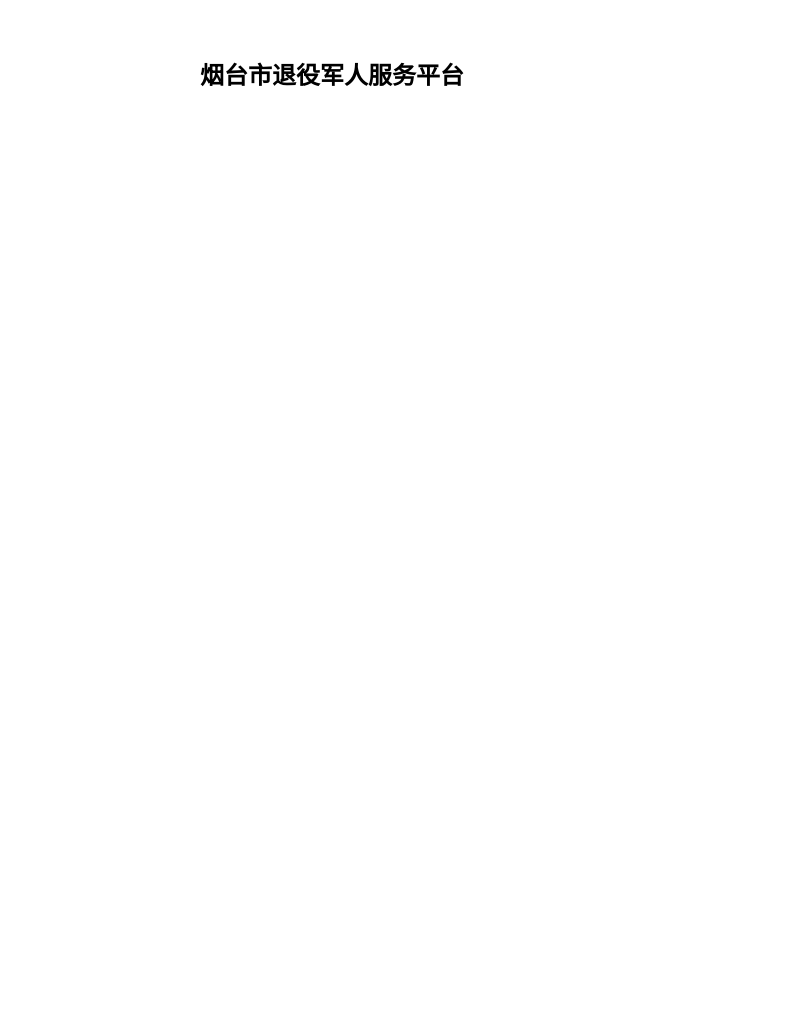
Before: 系统网络拓扑图.drawio in z-cloud-z/draw, a draw.io diagram. Source tidied: cells renumbered, new cells numbered last; positions are measured from the earlier drawing's top-left corner, leaving out a move shared by most shapes. Both pictures are drawn from the tidied source at 100%, with x=0, y=0 at pixel (162, 36).
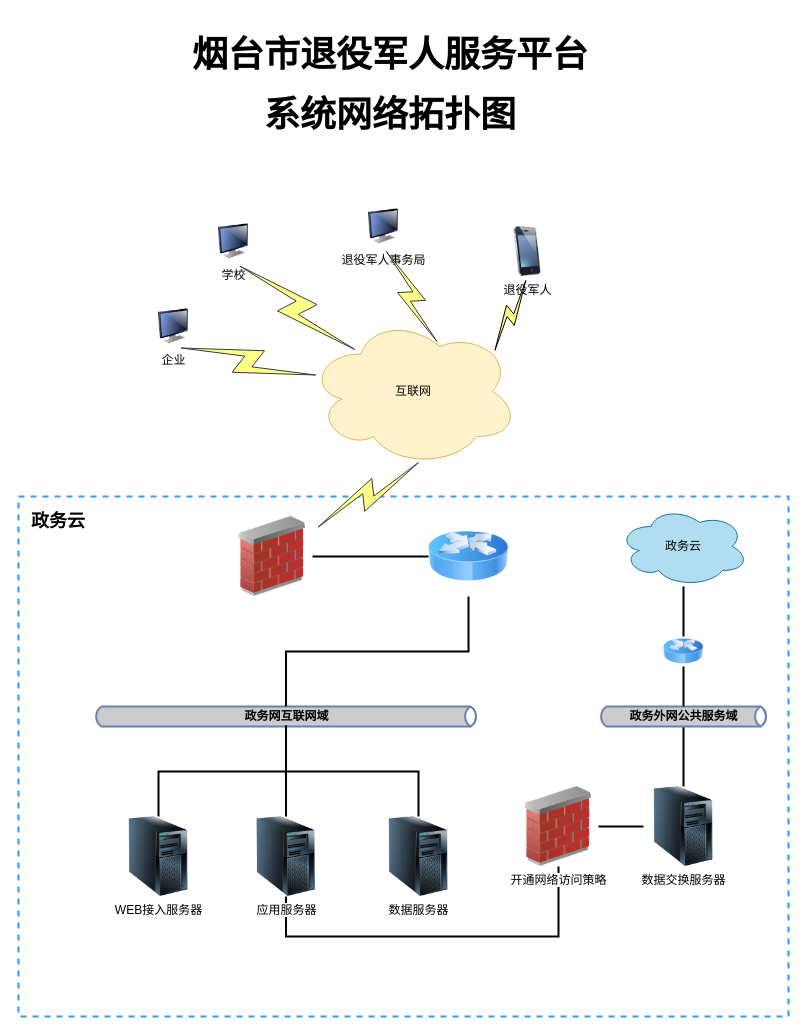
The same page after the edit.

Commit message (it also covers changes not shown here):
更新系统网络拓扑图.drawio

Change to the diagram source:
```diff
@@
+    <mxCell id="3" style="rounded=0;whiteSpace=wrap;html=1;dashed=1;fillColor=none;align=left;strokeWidth=2;strokeColor=#3399FF;" parent="1" vertex="1">
+      <mxGeometry x="-144" y="460" width="770" height="520" as="geometry" />
+    </mxCell>
-    <mxCell id="2" value="&lt;h1&gt;&lt;b&gt;烟台市退役军人服务平台&lt;/b&gt;&lt;/h1&gt;" style="text;html=1;strokeColor=none;fillColor=none;align=center;verticalAlign=middle;whiteSpace=wrap;rounded=0;" parent="1" vertex="1">
-      <mxGeometry width="340" height="80" as="geometry" />
+    <mxCell id="2" value="&lt;h1&gt;&lt;b&gt;&lt;font style=&quot;font-size: 36px;&quot;&gt;烟台市退役军人服务平台&lt;/font&gt;&lt;/b&gt;&lt;/h1&gt;&lt;div&gt;&lt;b&gt;&lt;font style=&quot;font-size: 36px;&quot;&gt;系统网络拓扑图&lt;/font&gt;&lt;/b&gt;&lt;/div&gt;" style="text;html=1;strokeColor=none;fillColor=none;align=center;verticalAlign=middle;whiteSpace=wrap;rounded=0;" parent="1" vertex="1">
+      <mxGeometry width="456" height="80" as="geometry" />
     </mxCell>
+    <mxCell id="4" style="edgeStyle=orthogonalEdgeStyle;rounded=0;jettySize=auto;html=1;strokeColor=#000000;strokeWidth=2;fontColor=#000000;endArrow=none;endFill=0;" parent="1" edge="1" source="5" target="21">
+      <mxGeometry relative="1" as="geometry" />
+    </mxCell>
+    <mxCell id="5" style="image;html=1;image=img/lib/clip_art/networking/Firewall_02_128x128.png;" parent="1" vertex="1">
+      <mxGeometry x="70" y="480" width="80" height="80" as="geometry" />
+    </mxCell>
+    <mxCell id="6" value="退役军人事务局" style="image;html=1;image=img/lib/clip_art/computers/Monitor_128x128.png;" parent="1" vertex="1">
+      <mxGeometry x="206" y="170" width="30" height="40" as="geometry" />
+    </mxCell>
+    <mxCell id="7" value="学校" style="image;html=1;image=img/lib/clip_art/computers/Monitor_128x128.png;" parent="1" vertex="1">
+      <mxGeometry x="56" y="185" width="30" height="40" as="geometry" />
+    </mxCell>
+    <mxCell id="8" value="企业" style="image;html=1;image=img/lib/clip_art/computers/Monitor_128x128.png;" parent="1" vertex="1">
+      <mxGeometry x="-4" y="270" width="30" height="40" as="geometry" />
+    </mxCell>
+    <mxCell id="9" value="退役军人" style="image;html=1;image=img/lib/clip_art/telecommunication/iPhone_128x128.png;" parent="1" vertex="1">
+      <mxGeometry x="340" y="190" width="50" height="50" as="geometry" />
+    </mxCell>
+    <mxCell id="10" value="互联网" style="ellipse;shape=cloud;whiteSpace=wrap;html=1;fillColor=#fff2cc;strokeColor=#d6b656;" parent="1" vertex="1">
+      <mxGeometry x="146" y="280" width="210" height="150" as="geometry" />
+    </mxCell>
+    <mxCell id="11" style="html=1;outlineConnect=0;fillColor=#ffff88;strokeColor=#36393d;gradientDirection=north;strokeWidth=1;shape=mxgraph.networks.comm_link_edge;html=1;rounded=0;entryX=0.5;entryY=1;entryDx=0;entryDy=0;exitX=0.625;exitY=0.2;exitDx=0;exitDy=0;exitPerimeter=0;" parent="1" edge="1" source="10" target="6">
+      <mxGeometry relative="1" as="geometry" />
+    </mxCell>
+    <mxCell id="12" style="html=1;outlineConnect=0;fillColor=#ffff88;strokeColor=default;gradientDirection=north;strokeWidth=1;shape=mxgraph.networks.comm_link_edge;html=1;rounded=0;entryX=0.5;entryY=1;entryDx=0;entryDy=0;exitX=0.88;exitY=0.25;exitDx=0;exitDy=0;exitPerimeter=0;" parent="1" edge="1" source="10" target="9">
+      <mxGeometry relative="1" as="geometry" />
+    </mxCell>
+    <mxCell id="13" style="html=1;outlineConnect=0;fillColor=#ffff88;strokeColor=#36393d;gradientDirection=north;strokeWidth=1;shape=mxgraph.networks.comm_link_edge;html=1;rounded=0;entryX=0.5;entryY=1;entryDx=0;entryDy=0;exitX=0.07;exitY=0.4;exitDx=0;exitDy=0;exitPerimeter=0;" parent="1" edge="1" source="10" target="8">
+      <mxGeometry relative="1" as="geometry" />
+    </mxCell>
+    <mxCell id="14" style="html=1;outlineConnect=0;fillColor=#ffff88;strokeColor=#36393d;gradientDirection=north;strokeWidth=1;shape=mxgraph.networks.comm_link_edge;html=1;rounded=0;entryX=0.5;entryY=1;entryDx=0;entryDy=0;exitX=0.25;exitY=0.25;exitDx=0;exitDy=0;exitPerimeter=0;" parent="1" edge="1" source="10" target="7">
+      <mxGeometry relative="1" as="geometry" />
+    </mxCell>
+    <mxCell id="15" style="html=1;outlineConnect=0;fillColor=#ffff88;strokeColor=#36393d;gradientDirection=north;strokeWidth=1;shape=mxgraph.networks.comm_link_edge;html=1;rounded=0;entryX=0.55;entryY=0.95;entryDx=0;entryDy=0;entryPerimeter=0;" parent="1" edge="1" source="5" target="10">
+      <mxGeometry relative="1" as="geometry" />
+    </mxCell>
+    <mxCell id="16" style="edgeStyle=orthogonalEdgeStyle;rounded=0;jettySize=auto;html=1;strokeColor=#000000;strokeWidth=2;fontColor=#000000;endArrow=none;endFill=0;" parent="1" edge="1" source="17" target="25">
+      <mxGeometry relative="1" as="geometry" />
+    </mxCell>
+    <mxCell id="17" value="&lt;b&gt;政务网互联网域&lt;/b&gt;" style="html=1;outlineConnect=0;fillColor=#CCCCCC;strokeColor=#6881B3;gradientColor=none;gradientDirection=north;strokeWidth=2;shape=mxgraph.networks.bus;gradientColor=none;gradientDirection=north;fontColor=#000000;perimeter=backbonePerimeter;backboneSize=20;" parent="1" vertex="1">
+      <mxGeometry x="-69" y="670" width="385" height="20" as="geometry" />
+    </mxCell>
+    <mxCell id="18" style="edgeStyle=orthogonalEdgeStyle;rounded=0;jettySize=auto;html=1;exitX=0.5;exitY=0;exitDx=0;exitDy=0;strokeColor=#000000;strokeWidth=2;fontColor=#000000;endArrow=none;endFill=0;" parent="1" edge="1" source="19" target="17">
+      <mxGeometry relative="1" as="geometry" />
+    </mxCell>
+    <mxCell id="19" value="WEB接入服务器" style="image;html=1;image=img/lib/clip_art/computers/Server_Tower_128x128.png;fontColor=#000000;" parent="1" vertex="1">
+      <mxGeometry x="-44" y="780" width="80" height="80" as="geometry" />
+    </mxCell>
+    <mxCell id="20" style="edgeStyle=orthogonalEdgeStyle;rounded=0;jettySize=auto;html=1;strokeColor=#000000;strokeWidth=2;fontColor=#000000;endArrow=none;endFill=0;" parent="1" edge="1" source="21" target="17">
+      <mxGeometry relative="1" as="geometry" />
+    </mxCell>
+    <mxCell id="21" style="image;html=1;image=img/lib/clip_art/networking/Router_Icon_128x128.png;" parent="1" vertex="1">
+      <mxGeometry x="266" y="480" width="80" height="80" as="geometry" />
+    </mxCell>
+    <mxCell id="22" style="edgeStyle=orthogonalEdgeStyle;rounded=0;jettySize=auto;html=1;strokeColor=#000000;strokeWidth=2;fontColor=#000000;endArrow=none;endFill=0;" parent="1" edge="1" source="24" target="17">
+      <mxGeometry relative="1" as="geometry" />
+    </mxCell>
+    <mxCell id="23" style="edgeStyle=orthogonalEdgeStyle;rounded=0;jettySize=auto;html=1;strokeColor=#000000;strokeWidth=2;fontSize=12;fontColor=#000000;endArrow=none;endFill=0;" parent="1" edge="1" source="24" target="31">
+      <mxGeometry relative="1" as="geometry">
+        <Array as="points">
+          <mxPoint x="124" y="900" />
+          <mxPoint x="396" y="900" />
+        </Array>
+      </mxGeometry>
+    </mxCell>
+    <mxCell id="24" value="应用服务器" style="image;html=1;image=img/lib/clip_art/computers/Server_Tower_128x128.png;fontColor=#000000;" parent="1" vertex="1">
+      <mxGeometry x="83.5" y="780" width="80" height="80" as="geometry" />
+    </mxCell>
+    <mxCell id="25" value="数据服务器" style="image;html=1;image=img/lib/clip_art/computers/Server_Tower_128x128.png;fontColor=#000000;" parent="1" vertex="1">
+      <mxGeometry x="216" y="780" width="80" height="80" as="geometry" />
+    </mxCell>
+    <mxCell id="26" value="政务云" style="text;html=1;strokeColor=none;fillColor=none;align=center;verticalAlign=middle;whiteSpace=wrap;rounded=0;fontColor=#000000;fontStyle=1;fontSize=18;" parent="1" vertex="1">
+      <mxGeometry x="-134" y="470" width="60" height="30" as="geometry" />
+    </mxCell>
+    <mxCell id="27" style="edgeStyle=orthogonalEdgeStyle;rounded=0;jettySize=auto;html=1;strokeColor=#000000;strokeWidth=2;fontSize=12;fontColor=#000000;endArrow=none;endFill=0;" parent="1" edge="1" source="28" target="31">
+      <mxGeometry relative="1" as="geometry" />
+    </mxCell>
+    <mxCell id="28" value="数据交换服务器" style="image;html=1;image=img/lib/clip_art/computers/Server_Tower_128x128.png;fontColor=#000000;" parent="1" vertex="1">
+      <mxGeometry x="481" y="750" width="80" height="80" as="geometry" />
+    </mxCell>
+    <mxCell id="29" style="edgeStyle=orthogonalEdgeStyle;rounded=0;jettySize=auto;html=1;strokeColor=#000000;strokeWidth=2;fontSize=12;fontColor=#000000;endArrow=none;endFill=0;" parent="1" edge="1" source="30" target="28">
+      <mxGeometry relative="1" as="geometry" />
+    </mxCell>
+    <mxCell id="30" value="&lt;b&gt;政务外网公共服务域&lt;/b&gt;" style="html=1;outlineConnect=0;fillColor=#CCCCCC;strokeColor=#6881B3;gradientColor=none;gradientDirection=north;strokeWidth=2;shape=mxgraph.networks.bus;gradientColor=none;gradientDirection=north;fontColor=#000000;perimeter=backbonePerimeter;backboneSize=20;" parent="1" vertex="1">
+      <mxGeometry x="436" y="670" width="170" height="20" as="geometry" />
+    </mxCell>
+    <mxCell id="31" value="开通网络访问策略" style="image;html=1;image=img/lib/clip_art/networking/Firewall_02_128x128.png;" parent="1" vertex="1">
+      <mxGeometry x="356" y="750" width="80" height="80" as="geometry" />
+    </mxCell>
+    <mxCell id="32" style="edgeStyle=orthogonalEdgeStyle;rounded=0;jettySize=auto;html=1;strokeColor=#000000;strokeWidth=2;fontSize=12;fontColor=#000000;endArrow=none;endFill=0;" parent="1" edge="1" source="33" target="35">
+      <mxGeometry relative="1" as="geometry" />
+    </mxCell>
+    <mxCell id="33" value="政务云" style="ellipse;shape=cloud;whiteSpace=wrap;html=1;fillColor=#b1ddf0;strokeColor=#10739e;" parent="1" vertex="1">
+      <mxGeometry x="456" y="470" width="130" height="80" as="geometry" />
+    </mxCell>
+    <mxCell id="34" style="edgeStyle=orthogonalEdgeStyle;rounded=0;jettySize=auto;html=1;strokeColor=#000000;strokeWidth=2;fontSize=12;fontColor=#000000;endArrow=none;endFill=0;" parent="1" edge="1" source="35" target="30">
+      <mxGeometry relative="1" as="geometry" />
+    </mxCell>
+    <mxCell id="35" style="image;html=1;image=img/lib/clip_art/networking/Router_Icon_128x128.png;" parent="1" vertex="1">
+      <mxGeometry x="501" y="600" width="40" height="30" as="geometry" />
+    </mxCell>
```
